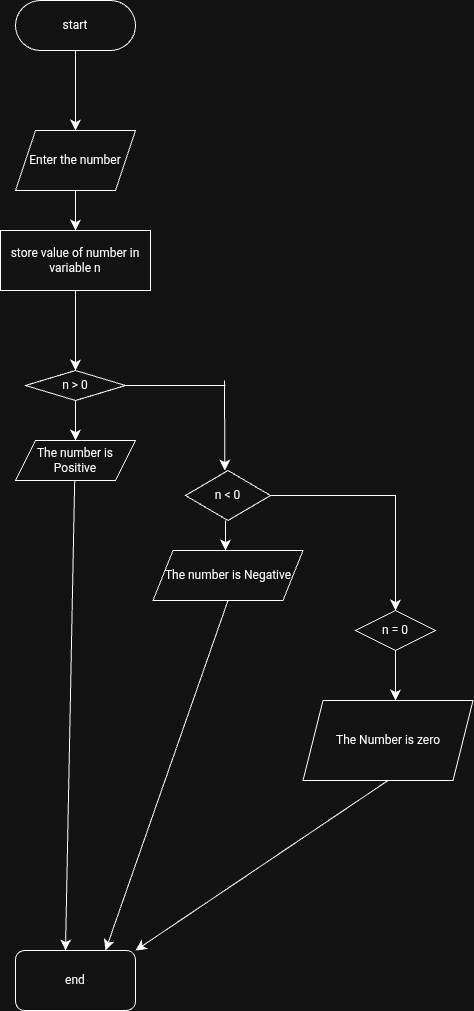
This is class-45/Problem-3.drawio.png from sugira2730/codecamp-academy-module-1-main, a draw.io export, as it was before one commit. Source tidied: cells renumbered, new cells last; positions are measured from the earlier drawing's top-left corner, leaving out a move shared by most shapes. Source of this version:
```xml
<mxGraphModel>
  <root>
    <mxCell id="0" />
    <mxCell id="1" parent="0" />
    <mxCell id="2" value="start" style="rounded=1;whiteSpace=wrap;html=1;arcSize=50;" parent="1" vertex="1">
      <mxGeometry x="15" width="120" height="50" as="geometry" />
    </mxCell>
    <mxCell id="3" style="endArrow=classic;html=1;rounded=0;fontSize=12;startSize=8;endSize=8;curved=1;exitX=0.5;exitY=1;exitDx=0;exitDy=0;" parent="1" edge="1" source="2">
      <mxGeometry relative="1" as="geometry">
        <mxPoint x="75" y="130" as="targetPoint" />
      </mxGeometry>
    </mxCell>
    <mxCell id="4" value="Enter the number" style="shape=parallelogram;perimeter=parallelogramPerimeter;whiteSpace=wrap;html=1;fixedSize=1;" parent="1" vertex="1">
      <mxGeometry x="15" y="130" width="120" height="60" as="geometry" />
    </mxCell>
    <mxCell id="5" style="endArrow=classic;html=1;rounded=0;fontSize=12;startSize=8;endSize=8;curved=1;exitX=0.5;exitY=1;exitDx=0;exitDy=0;" parent="1" edge="1" source="11">
      <mxGeometry relative="1" as="geometry">
        <mxPoint x="75" y="260" as="targetPoint" />
      </mxGeometry>
    </mxCell>
    <mxCell id="6" style="endArrow=classic;html=1;rounded=0;fontSize=12;startSize=8;endSize=8;curved=1;exitX=0.5;exitY=1;exitDx=0;exitDy=0;" parent="1" edge="1" source="11" target="7">
      <mxGeometry relative="1" as="geometry" />
    </mxCell>
    <mxCell id="7" value="n &amp;gt; 0" style="rhombus;whiteSpace=wrap;html=1;" parent="1" vertex="1">
      <mxGeometry x="25" y="370" width="100" height="30" as="geometry" />
    </mxCell>
    <mxCell id="8" style="endArrow=classic;html=1;rounded=0;fontSize=12;startSize=8;endSize=8;curved=1;exitX=0.5;exitY=1;exitDx=0;exitDy=0;" parent="1" edge="1" source="7" target="9">
      <mxGeometry relative="1" as="geometry" />
    </mxCell>
    <mxCell id="9" value="The number is Positive" style="shape=parallelogram;perimeter=parallelogramPerimeter;whiteSpace=wrap;html=1;fixedSize=1;" parent="1" vertex="1">
      <mxGeometry x="15" y="440" width="120" height="40" as="geometry" />
    </mxCell>
    <mxCell id="10" style="endArrow=classic;html=1;rounded=0;fontSize=12;startSize=8;endSize=8;curved=1;exitX=0.5;exitY=1;exitDx=0;exitDy=0;" parent="1" edge="1" source="4" target="11">
      <mxGeometry relative="1" as="geometry" />
    </mxCell>
    <mxCell id="11" value="store value of number in variable n" style="rounded=0;whiteSpace=wrap;html=1;" parent="1" vertex="1">
      <mxGeometry y="230" width="150" height="60" as="geometry" />
    </mxCell>
    <mxCell id="12" style="endArrow=classic;html=1;rounded=0;fontSize=12;startSize=8;endSize=8;curved=1;" parent="1" edge="1">
      <mxGeometry relative="1" as="geometry">
        <mxPoint x="74.2" y="480" as="sourcePoint" />
        <mxPoint x="65" y="950" as="targetPoint" />
      </mxGeometry>
    </mxCell>
    <mxCell id="13" style="endArrow=none;html=1;rounded=0;fontSize=12;startSize=8;endSize=8;curved=1;exitX=1;exitY=0.5;exitDx=0;exitDy=0;" parent="1" edge="1" source="7">
      <mxGeometry relative="1" as="geometry">
        <mxPoint x="225" y="385" as="targetPoint" />
      </mxGeometry>
    </mxCell>
    <mxCell id="14" style="endArrow=classic;html=1;rounded=0;fontSize=12;startSize=8;endSize=8;curved=1;" parent="1" edge="1">
      <mxGeometry relative="1" as="geometry">
        <mxPoint x="224" y="380" as="sourcePoint" />
        <mxPoint x="224.3" y="470" as="targetPoint" />
      </mxGeometry>
    </mxCell>
    <mxCell id="15" style="edgeStyle=none;curved=1;rounded=0;orthogonalLoop=1;jettySize=auto;html=1;exitX=0.5;exitY=1;exitDx=0;exitDy=0;fontSize=12;startSize=8;endSize=8;" parent="1" edge="1" source="20" target="20">
      <mxGeometry relative="1" as="geometry" />
    </mxCell>
    <mxCell id="16" style="endArrow=classic;html=1;rounded=0;fontSize=12;startSize=8;endSize=8;curved=1;" parent="1" edge="1">
      <mxGeometry relative="1" as="geometry">
        <mxPoint x="225" y="520" as="sourcePoint" />
        <mxPoint x="225" y="550" as="targetPoint" />
      </mxGeometry>
    </mxCell>
    <mxCell id="17" value="n &amp;lt; 0" style="rhombus;whiteSpace=wrap;html=1;" parent="1" vertex="1">
      <mxGeometry x="185" y="470" width="85" height="50" as="geometry" />
    </mxCell>
    <mxCell id="18" style="endArrow=classic;html=1;rounded=1;fontSize=12;startSize=8;endSize=8;exitX=0.5;exitY=1;exitDx=0;exitDy=0;curved=0;entryX=0.75;entryY=0;entryDx=0;entryDy=0;" parent="1" edge="1" source="20" target="24">
      <mxGeometry relative="1" as="geometry" />
    </mxCell>
    <mxCell id="19" style="endArrow=classic;html=1;rounded=0;fontSize=12;startSize=8;endSize=8;curved=1;" parent="1" edge="1" target="20">
      <mxGeometry relative="1" as="geometry">
        <mxPoint x="215" y="590" as="sourcePoint" />
      </mxGeometry>
    </mxCell>
    <mxCell id="20" value="The number is Negative" style="shape=parallelogram;perimeter=parallelogramPerimeter;whiteSpace=wrap;html=1;fixedSize=1;" parent="1" vertex="1">
      <mxGeometry x="152.5" y="550" width="150" height="50" as="geometry" />
    </mxCell>
    <mxCell id="21" style="endArrow=none;html=1;rounded=0;fontSize=12;startSize=8;endSize=8;exitX=1;exitY=0.5;exitDx=0;exitDy=0;" parent="1" edge="1" source="17">
      <mxGeometry relative="1" as="geometry">
        <mxPoint x="395" y="550" as="targetPoint" />
        <Array as="points">
          <mxPoint x="395" y="495" />
        </Array>
      </mxGeometry>
    </mxCell>
    <mxCell id="22" style="endArrow=classic;html=1;rounded=0;fontSize=12;startSize=8;endSize=8;curved=1;" parent="1" edge="1">
      <mxGeometry relative="1" as="geometry">
        <mxPoint x="395" y="540" as="sourcePoint" />
        <mxPoint x="395" y="610" as="targetPoint" />
      </mxGeometry>
    </mxCell>
    <mxCell id="23" value="n = 0" style="rhombus;whiteSpace=wrap;html=1;" parent="1" vertex="1">
      <mxGeometry x="355" y="610" width="80" height="40" as="geometry" />
    </mxCell>
    <mxCell id="24" value="end" style="rounded=1;whiteSpace=wrap;html=1;" parent="1" vertex="1">
      <mxGeometry x="15" y="950" width="120" height="60" as="geometry" />
    </mxCell>
    <mxCell id="25" value="The Number is zero" style="shape=parallelogram;perimeter=parallelogramPerimeter;whiteSpace=wrap;html=1;fixedSize=1;" parent="1" vertex="1">
      <mxGeometry x="302.5" y="700" width="170" height="80" as="geometry" />
    </mxCell>
    <mxCell id="26" style="endArrow=classic;html=1;rounded=0;fontSize=12;startSize=8;endSize=8;curved=1;exitX=0.5;exitY=1;exitDx=0;exitDy=0;" parent="1" edge="1" source="23">
      <mxGeometry relative="1" as="geometry">
        <mxPoint x="395" y="700" as="targetPoint" />
        <Array as="points">
          <mxPoint x="395" y="700" />
        </Array>
      </mxGeometry>
    </mxCell>
    <mxCell id="27" style="endArrow=classic;html=1;rounded=0;fontSize=12;startSize=8;endSize=8;curved=1;exitX=0.5;exitY=1;exitDx=0;exitDy=0;entryX=1;entryY=0;entryDx=0;entryDy=0;" parent="1" edge="1" source="25" target="24">
      <mxGeometry relative="1" as="geometry" />
    </mxCell>
  </root>
</mxGraphModel>
```
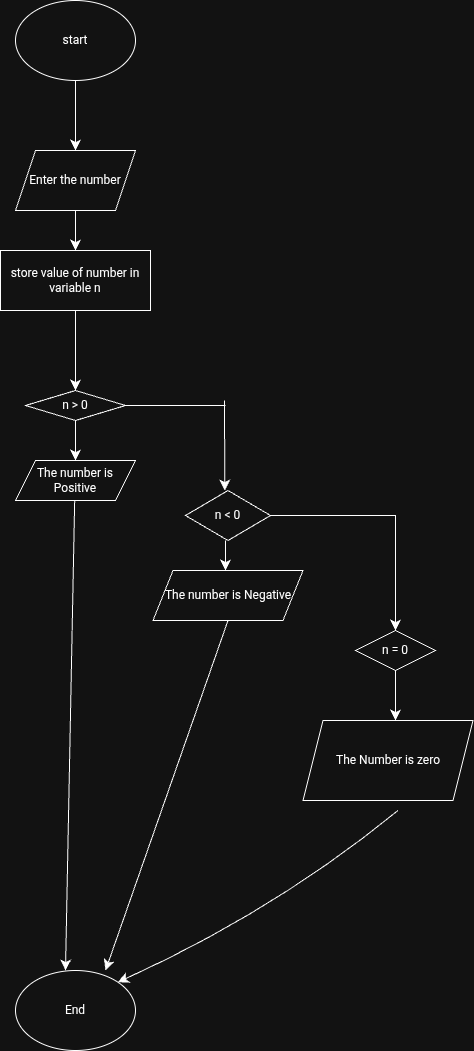
Later version of the same file.

What changed in the source:
```diff
@@ -2,11 +2,9 @@
   <root>
     <mxCell id="0" />
     <mxCell id="1" parent="0" />
-    <mxCell id="2" value="start" style="rounded=1;whiteSpace=wrap;html=1;arcSize=50;" parent="1" vertex="1">
-      <mxGeometry x="15" width="120" height="50" as="geometry" />
-    </mxCell>
-    <mxCell id="3" style="endArrow=classic;html=1;rounded=0;fontSize=12;startSize=8;endSize=8;curved=1;exitX=0.5;exitY=1;exitDx=0;exitDy=0;" parent="1" edge="1" source="2">
+    <mxCell id="3" style="endArrow=classic;html=1;rounded=0;fontSize=12;startSize=8;endSize=8;curved=1;exitX=0.5;exitY=1;exitDx=0;exitDy=0;" parent="1" edge="1">
       <mxGeometry relative="1" as="geometry">
+        <mxPoint x="75" y="50" as="sourcePoint" />
         <mxPoint x="75" y="130" as="targetPoint" />
       </mxGeometry>
     </mxCell>
@@ -65,8 +63,10 @@
     <mxCell id="17" value="n &amp;lt; 0" style="rhombus;whiteSpace=wrap;html=1;" parent="1" vertex="1">
       <mxGeometry x="185" y="470" width="85" height="50" as="geometry" />
     </mxCell>
-    <mxCell id="18" style="endArrow=classic;html=1;rounded=1;fontSize=12;startSize=8;endSize=8;exitX=0.5;exitY=1;exitDx=0;exitDy=0;curved=0;entryX=0.75;entryY=0;entryDx=0;entryDy=0;" parent="1" edge="1" source="20" target="24">
-      <mxGeometry relative="1" as="geometry" />
+    <mxCell id="18" style="endArrow=classic;html=1;rounded=1;fontSize=12;startSize=8;endSize=8;exitX=0.5;exitY=1;exitDx=0;exitDy=0;curved=0;entryX=0.75;entryY=0;entryDx=0;entryDy=0;" parent="1" edge="1" source="20">
+      <mxGeometry relative="1" as="geometry">
+        <mxPoint x="105" y="950" as="targetPoint" />
+      </mxGeometry>
     </mxCell>
     <mxCell id="19" style="endArrow=classic;html=1;rounded=0;fontSize=12;startSize=8;endSize=8;curved=1;" parent="1" edge="1" target="20">
       <mxGeometry relative="1" as="geometry">
@@ -93,9 +93,6 @@
     <mxCell id="23" value="n = 0" style="rhombus;whiteSpace=wrap;html=1;" parent="1" vertex="1">
       <mxGeometry x="355" y="610" width="80" height="40" as="geometry" />
     </mxCell>
-    <mxCell id="24" value="end" style="rounded=1;whiteSpace=wrap;html=1;" parent="1" vertex="1">
-      <mxGeometry x="15" y="950" width="120" height="60" as="geometry" />
-    </mxCell>
     <mxCell id="25" value="The Number is zero" style="shape=parallelogram;perimeter=parallelogramPerimeter;whiteSpace=wrap;html=1;fixedSize=1;" parent="1" vertex="1">
       <mxGeometry x="302.5" y="700" width="170" height="80" as="geometry" />
     </mxCell>
@@ -107,8 +104,19 @@
         </Array>
       </mxGeometry>
     </mxCell>
-    <mxCell id="27" style="endArrow=classic;html=1;rounded=0;fontSize=12;startSize=8;endSize=8;curved=1;exitX=0.5;exitY=1;exitDx=0;exitDy=0;entryX=1;entryY=0;entryDx=0;entryDy=0;" parent="1" edge="1" source="25" target="24">
-      <mxGeometry relative="1" as="geometry" />
+    <mxCell id="27" style="endArrow=classic;html=1;rounded=0;fontSize=12;startSize=8;endSize=8;curved=1;exitX=0.5;exitY=1;exitDx=0;exitDy=0;entryX=1;entryY=0;entryDx=0;entryDy=0;" parent="1" edge="1" target="28">
+      <mxGeometry relative="1" as="geometry">
+        <mxPoint x="397.5" y="790" as="sourcePoint" />
+        <Array as="points">
+          <mxPoint x="275" y="890" />
+        </Array>
+      </mxGeometry>
     </mxCell>
+    <mxCell id="2" value="start" style="ellipse;whiteSpace=wrap;html=1;" parent="1" vertex="1">
+      <mxGeometry x="15" y="-20" width="120" height="80" as="geometry" />
+    </mxCell>
+    <mxCell id="28" value="End" style="ellipse;whiteSpace=wrap;html=1;" parent="1" vertex="1">
+      <mxGeometry x="15" y="950" width="120" height="80" as="geometry" />
+    </mxCell>
   </root>
 </mxGraphModel>
```
